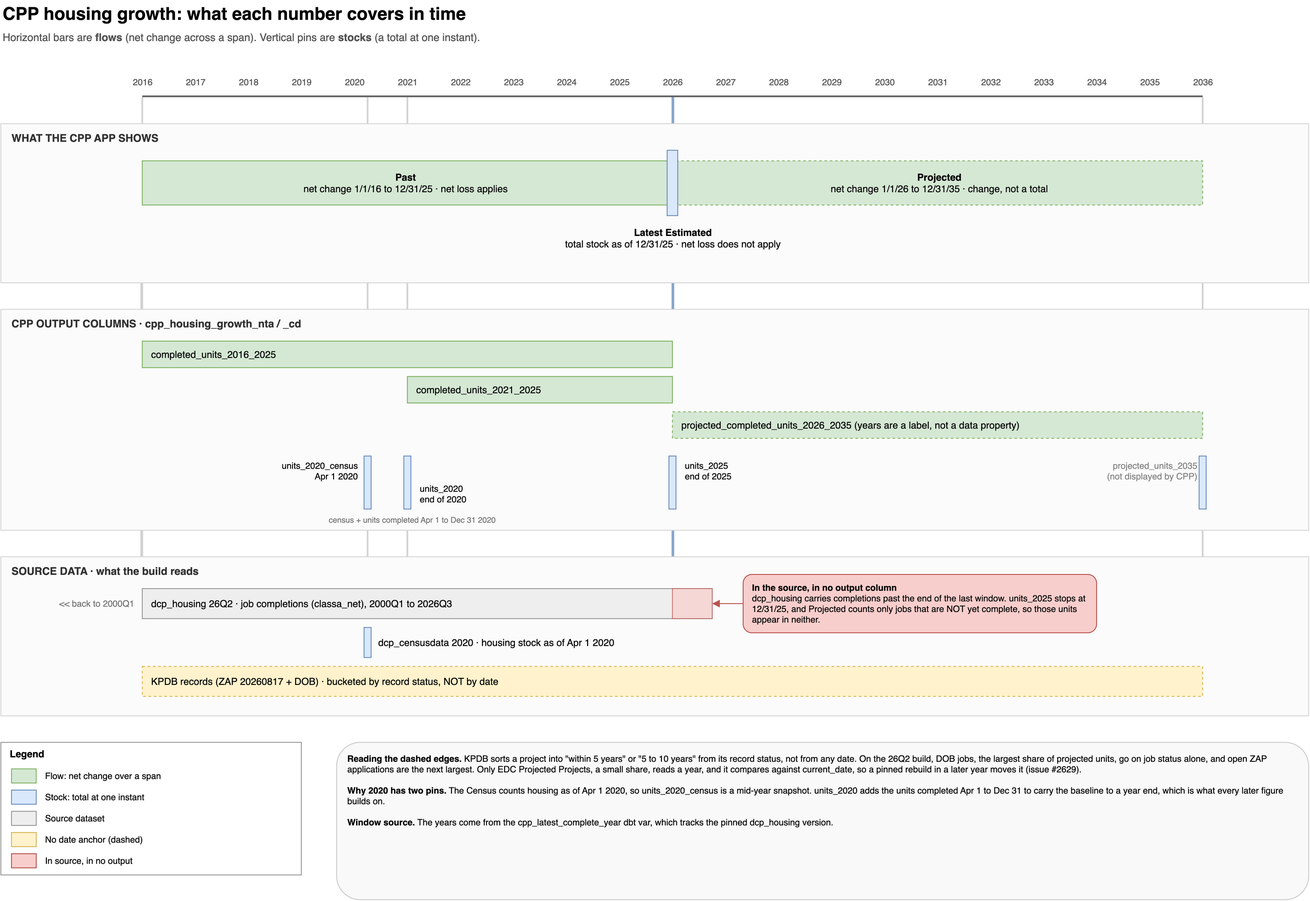
The draw.io diagram docs/diagrams/cpp_housing_growth_timeline.drawio.png in NYCPlanning/data-engineering, before a commit. Source tidied: cells renumbered, new cells last; positions are measured from the earlier drawing's top-left corner, leaving out a move shared by most shapes.
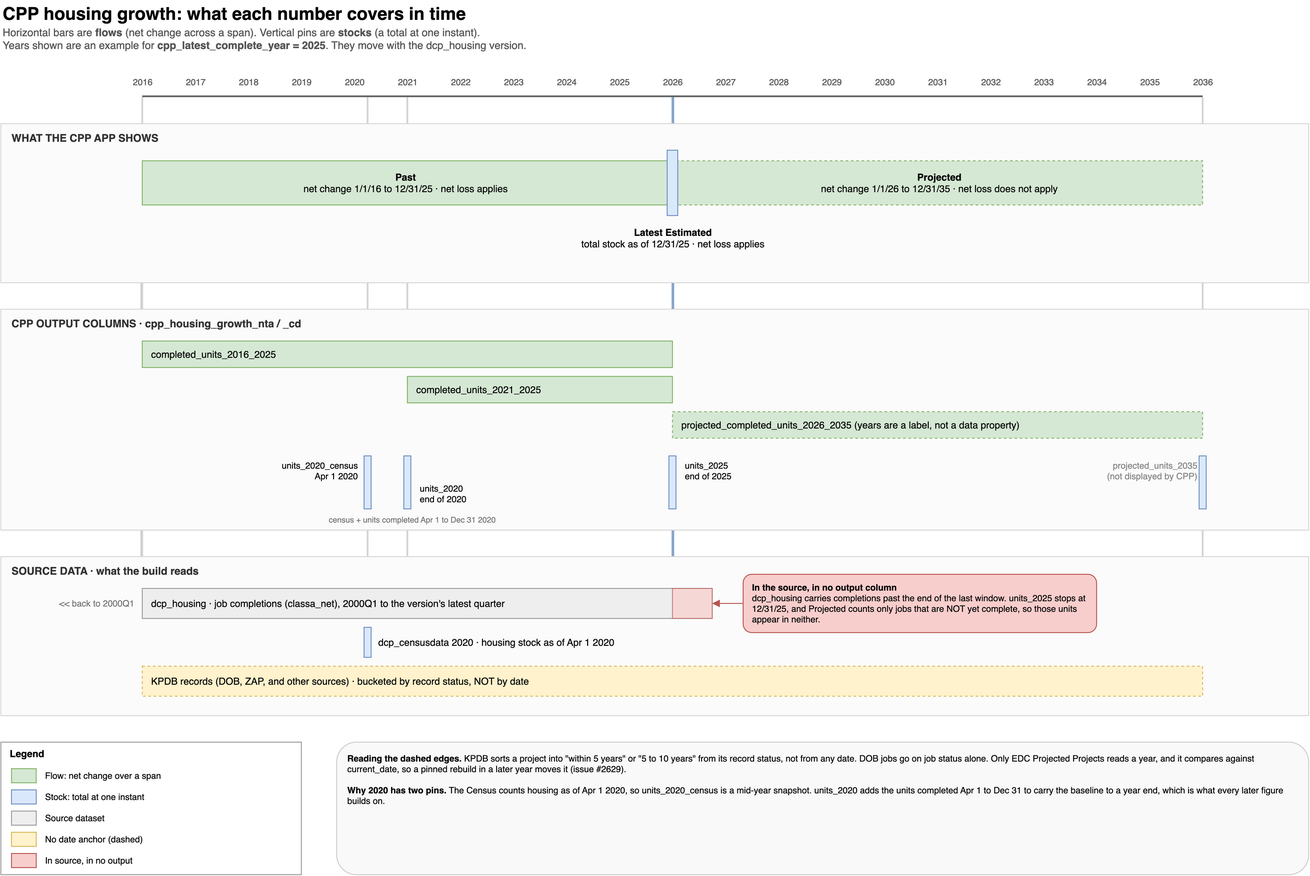
Later version of the same file.

Commit message:
make cpp housing growth timeline version neutral

Change to the diagram source:
```diff
@@ -5,8 +5,8 @@
     <mxCell id="2" value="CPP housing growth: what each number covers in time" style="text;html=1;whiteSpace=wrap;align=left;verticalAlign=middle;fontSize=20;fontStyle=1;" parent="1" vertex="1">
       <mxGeometry width="1000" height="30" as="geometry" />
     </mxCell>
-    <mxCell id="3" value="Horizontal bars are &lt;b&gt;flows&lt;/b&gt; (net change across a span). Vertical pins are &lt;b&gt;stocks&lt;/b&gt; (a total at one instant)." style="text;html=1;whiteSpace=wrap;align=left;verticalAlign=middle;fontSize=12;fontColor=#555555;" parent="1" vertex="1">
-      <mxGeometry y="32" width="1200" height="20" as="geometry" />
+    <mxCell id="3" value="Horizontal bars are &lt;b&gt;flows&lt;/b&gt; (net change across a span). Vertical pins are &lt;b&gt;stocks&lt;/b&gt; (a total at one instant).&lt;br&gt;Years shown are an example for &lt;b&gt;cpp_latest_complete_year = 2025&lt;/b&gt;. They move with the dcp_housing version." style="text;html=1;whiteSpace=wrap;align=left;verticalAlign=middle;fontSize=12;fontColor=#555555;" parent="1" vertex="1">
+      <mxGeometry y="26" width="1200" height="36" as="geometry" />
     </mxCell>
     <mxCell id="4" value="2016" style="text;html=1;align=center;verticalAlign=middle;fontSize=10;fontColor=#555555;" parent="1" vertex="1">
       <mxGeometry x="130" y="84" width="60" height="18" as="geometry" />
@@ -98,7 +98,7 @@
     <mxCell id="33" value="SOURCE DATA · what the build reads" style="text;html=1;align=left;verticalAlign=middle;fontSize=12;fontStyle=1;fontColor=#333333;" parent="1" vertex="1">
       <mxGeometry x="10" y="636" width="420" height="20" as="geometry" />
     </mxCell>
-    <mxCell id="34" value="dcp_housing 26Q2 · job completions (classa_net), 2000Q1 to 2026Q3" style="rounded=0;whiteSpace=wrap;html=1;align=left;verticalAlign=middle;spacingLeft=8;fontSize=11;fillColor=#eeeeee;strokeColor=#999999;" parent="1" vertex="1">
+    <mxCell id="34" value="dcp_housing · job completions (classa_net), 2000Q1 to the version's latest quarter" style="rounded=0;whiteSpace=wrap;html=1;align=left;verticalAlign=middle;spacingLeft=8;fontSize=11;fillColor=#eeeeee;strokeColor=#999999;" parent="1" vertex="1">
       <mxGeometry x="160" y="666" width="645" height="34" as="geometry" />
     </mxCell>
     <mxCell id="35" value="&lt;&lt; back to 2000Q1" style="text;html=1;align=right;verticalAlign=middle;fontSize=10;fontColor=#777777;" parent="1" vertex="1">
@@ -110,7 +110,7 @@
     <mxCell id="37" value="dcp_censusdata 2020 · housing stock as of Apr 1 2020" style="text;html=1;whiteSpace=wrap;align=left;verticalAlign=middle;fontSize=11;" parent="1" vertex="1">
       <mxGeometry x="425" y="710" width="400" height="34" as="geometry" />
     </mxCell>
-    <mxCell id="38" value="KPDB records (ZAP 20260817 + DOB) · bucketed by record status, NOT by date" style="rounded=0;whiteSpace=wrap;html=1;align=left;verticalAlign=middle;spacingLeft=8;fontSize=11;fillColor=#fff2cc;strokeColor=#d6b656;dashed=1;" parent="1" vertex="1">
+    <mxCell id="38" value="KPDB records (DOB, ZAP, and other sources) · bucketed by record status, NOT by date" style="rounded=0;whiteSpace=wrap;html=1;align=left;verticalAlign=middle;spacingLeft=8;fontSize=11;fillColor=#fff2cc;strokeColor=#d6b656;dashed=1;" parent="1" vertex="1">
       <mxGeometry x="160" y="754" width="1200" height="34" as="geometry" />
     </mxCell>
     <mxCell id="39" style="rounded=0;html=1;fillColor=#f8cecc;strokeColor=#b85450;opacity=70;" parent="1" vertex="1">
@@ -173,13 +173,13 @@
     <mxCell id="58" value="&lt;b&gt;Past&lt;/b&gt;&#10;net change 1/1/16 to 12/31/25 · net loss applies" style="rounded=0;whiteSpace=wrap;html=1;align=center;verticalAlign=middle;fontSize=11;fillColor=#d5e8d4;strokeColor=#82b366;" parent="1" vertex="1">
       <mxGeometry x="160" y="182" width="596" height="50" as="geometry" />
     </mxCell>
-    <mxCell id="59" value="&lt;b&gt;Projected&lt;/b&gt;&#10;net change 1/1/26 to 12/31/35 · change, not a total" style="rounded=0;whiteSpace=wrap;html=1;align=center;verticalAlign=middle;fontSize=11;dashed=1;fillColor=#d5e8d4;strokeColor=#82b366;" parent="1" vertex="1">
+    <mxCell id="59" value="&lt;b&gt;Projected&lt;/b&gt;&#10;net change 1/1/26 to 12/31/35 · net loss does not apply" style="rounded=0;whiteSpace=wrap;html=1;align=center;verticalAlign=middle;fontSize=11;dashed=1;fillColor=#d5e8d4;strokeColor=#82b366;" parent="1" vertex="1">
       <mxGeometry x="764" y="182" width="596" height="50" as="geometry" />
     </mxCell>
     <mxCell id="60" style="rounded=0;whiteSpace=wrap;html=1;fillColor=#dae8fc;strokeColor=#6c8ebf;" parent="1" vertex="1">
       <mxGeometry x="754" y="170" width="12" height="74" as="geometry" />
     </mxCell>
-    <mxCell id="61" value="&lt;b&gt;Latest Estimated&lt;/b&gt;&lt;br&gt;total stock as of 12/31/25 · net loss does not apply" style="text;html=1;align=center;verticalAlign=top;fontSize=11;" parent="1" vertex="1">
+    <mxCell id="61" value="&lt;b&gt;Latest Estimated&lt;/b&gt;&lt;br&gt;total stock as of 12/31/25 · net loss applies" style="text;html=1;align=center;verticalAlign=top;fontSize=11;" parent="1" vertex="1">
       <mxGeometry x="580" y="250" width="360" height="46" as="geometry" />
     </mxCell>
     <mxCell id="62" value="Legend" style="rounded=0;whiteSpace=wrap;html=1;fillColor=none;strokeColor=#999999;verticalAlign=top;align=left;fontStyle=1;spacingLeft=8;fontSize=11;" parent="1" vertex="1">
@@ -215,8 +215,8 @@
     <mxCell id="72" value="In source, in no output" style="text;html=1;align=left;verticalAlign=middle;fontSize=10;" parent="62" vertex="1">
       <mxGeometry x="48" y="124" width="280" height="20" as="geometry" />
     </mxCell>
-    <mxCell id="73" value="&lt;b&gt;Reading the dashed edges.&lt;/b&gt; KPDB sorts a project into &quot;within 5 years&quot; or &quot;5 to 10 years&quot; from its record status, not from any date. On the 26Q2 build, DOB jobs, the largest share of projected units, go on job status alone, and open ZAP applications are the next largest. Only EDC Projected Projects, a small share, reads a year, and it compares against current_date, so a pinned rebuild in a later year moves it (issue #2629).&lt;br&gt;&lt;br&gt;&lt;b&gt;Why 2020 has two pins.&lt;/b&gt; The Census counts housing as of Apr 1 2020, so units_2020_census is a mid-year snapshot. units_2020 adds the units completed Apr 1 to Dec 31 to carry the baseline to a year end, which is what every later figure builds on.&lt;br&gt;&lt;br&gt;&lt;b&gt;Window source.&lt;/b&gt; The years come from the cpp_latest_complete_year dbt var, which tracks the pinned dcp_housing version." style="rounded=1;whiteSpace=wrap;html=1;align=left;verticalAlign=top;spacingLeft=10;spacingRight=10;spacingTop=6;fontSize=10;fillColor=#f9f9f9;strokeColor=#cccccc;" parent="1" vertex="1">
-      <mxGeometry x="380" y="840" width="1100" height="178" as="geometry" />
+    <mxCell id="73" value="&lt;b&gt;Reading the dashed edges.&lt;/b&gt; KPDB sorts a project into &quot;within 5 years&quot; or &quot;5 to 10 years&quot; from its record status, not from any date. DOB jobs go on job status alone. Only EDC Projected Projects reads a year, and it compares against current_date, so a pinned rebuild in a later year moves it (issue #2629).&lt;br&gt;&lt;br&gt;&lt;b&gt;Why 2020 has two pins.&lt;/b&gt; The Census counts housing as of Apr 1 2020, so units_2020_census is a mid-year snapshot. units_2020 adds the units completed Apr 1 to Dec 31 to carry the baseline to a year end, which is what every later figure builds on." style="rounded=1;whiteSpace=wrap;html=1;align=left;verticalAlign=top;spacingLeft=10;spacingRight=10;spacingTop=6;fontSize=10;fillColor=#f9f9f9;strokeColor=#cccccc;" parent="1" vertex="1">
+      <mxGeometry x="380" y="840" width="1100" height="150" as="geometry" />
     </mxCell>
   </root>
 </mxGraphModel>
```
